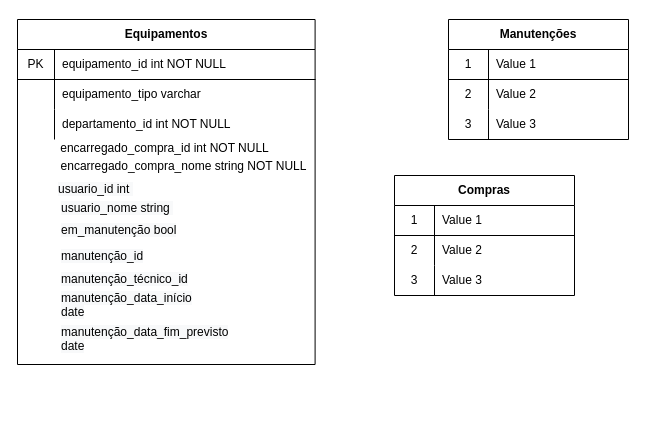
supersonicbru/VUE-IMC keeps this draw.io diagram as page "Page-2" (2 of 2) of Untitled Diagram.drawio. Above is the earlier version. Source tidied: cells renumbered, new cells numbered last; positions are measured from the earlier drawing's top-left corner, leaving out a move shared by most shapes. Both pictures are drawn from the tidied source at 100%, with x=0, y=0 at pixel (17, 19).
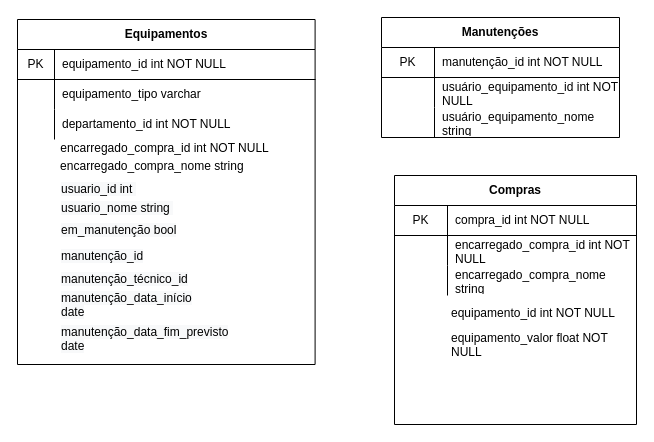
The same page after the edit.

The edit, as a diff of the source:
```diff
@@
     <mxCell id="12" value="Compras" style="shape=table;html=1;whiteSpace=wrap;startSize=30;childLayout=tableLayout;rowLines=0;fontStyle=1;align=center;" parent="1" vertex="1">
-      <mxGeometry x="377" y="156" width="180" height="120" as="geometry" />
+      <mxGeometry x="377" y="156" width="242" height="249" as="geometry" />
     </mxCell>
     <mxCell id="13" style="shape=partialRectangle;html=1;whiteSpace=wrap;fillColor=none;top=0;left=0;bottom=1;right=0;" parent="12" vertex="1">
-      <mxGeometry y="30" width="180" height="30" as="geometry" />
+      <mxGeometry y="30" width="242" height="30" as="geometry" />
     </mxCell>
-    <mxCell id="14" value="1" style="shape=partialRectangle;html=1;whiteSpace=wrap;fillColor=none;top=0;left=0;bottom=0;right=0;overflow=hidden;" parent="13" vertex="1">
-      <mxGeometry width="40" height="30" as="geometry" />
+    <mxCell id="14" value="PK" style="shape=partialRectangle;html=1;whiteSpace=wrap;fillColor=none;top=0;left=0;bottom=0;right=0;overflow=hidden;" parent="13" vertex="1">
+      <mxGeometry width="53" height="30" as="geometry" />
     </mxCell>
-    <mxCell id="15" value="Value 1" style="shape=partialRectangle;html=1;whiteSpace=wrap;fillColor=none;top=0;left=0;bottom=0;right=0;align=left;spacingLeft=6;overflow=hidden;" parent="13" vertex="1">
-      <mxGeometry x="40" width="140" height="30" as="geometry" />
+    <mxCell id="15" value="compra_id int NOT NULL" style="shape=partialRectangle;html=1;whiteSpace=wrap;fillColor=none;top=0;left=0;bottom=0;right=0;align=left;spacingLeft=6;overflow=hidden;" parent="13" vertex="1">
+      <mxGeometry x="53" width="189" height="30" as="geometry" />
     </mxCell>
     <mxCell id="16" style="shape=partialRectangle;html=1;whiteSpace=wrap;fillColor=none;top=0;left=0;bottom=0;right=0;" parent="12" vertex="1">
-      <mxGeometry y="60" width="180" height="30" as="geometry" />
+      <mxGeometry y="60" width="242" height="30" as="geometry" />
     </mxCell>
-    <mxCell id="17" value="2" style="shape=partialRectangle;html=1;whiteSpace=wrap;fillColor=none;top=0;left=0;bottom=0;right=0;overflow=hidden;" parent="16" vertex="1">
-      <mxGeometry width="40" height="30" as="geometry" />
+    <mxCell id="17" style="shape=partialRectangle;html=1;whiteSpace=wrap;fillColor=none;top=0;left=0;bottom=0;right=0;overflow=hidden;" parent="16" vertex="1">
+      <mxGeometry width="53" height="30" as="geometry" />
     </mxCell>
-    <mxCell id="18" value="Value 2" style="shape=partialRectangle;html=1;whiteSpace=wrap;fillColor=none;top=0;left=0;bottom=0;right=0;align=left;spacingLeft=6;overflow=hidden;" parent="16" vertex="1">
-      <mxGeometry x="40" width="140" height="30" as="geometry" />
+    <mxCell id="18" value="encarregado_compra_id int NOT NULL" style="shape=partialRectangle;html=1;whiteSpace=wrap;fillColor=none;top=0;left=0;bottom=0;right=0;align=left;spacingLeft=6;overflow=hidden;" parent="16" vertex="1">
+      <mxGeometry x="53" width="189" height="30" as="geometry" />
     </mxCell>
     <mxCell id="19" style="shape=partialRectangle;html=1;whiteSpace=wrap;fillColor=none;top=0;left=0;bottom=0;right=0;" parent="12" vertex="1">
-      <mxGeometry y="90" width="180" height="30" as="geometry" />
+      <mxGeometry y="90" width="242" height="30" as="geometry" />
     </mxCell>
-    <mxCell id="20" value="3" style="shape=partialRectangle;html=1;whiteSpace=wrap;fillColor=none;top=0;left=0;bottom=0;right=0;overflow=hidden;" parent="19" vertex="1">
-      <mxGeometry width="40" height="30" as="geometry" />
+    <mxCell id="20" style="shape=partialRectangle;html=1;whiteSpace=wrap;fillColor=none;top=0;left=0;bottom=0;right=0;overflow=hidden;" parent="19" vertex="1">
+      <mxGeometry width="53" height="30" as="geometry" />
     </mxCell>
-    <mxCell id="21" value="Value 3" style="shape=partialRectangle;html=1;whiteSpace=wrap;fillColor=none;top=0;left=0;bottom=0;right=0;align=left;spacingLeft=6;overflow=hidden;" parent="19" vertex="1">
-      <mxGeometry x="40" width="140" height="30" as="geometry" />
+    <mxCell id="21" value="encarregado_compra_nome string&amp;nbsp;" style="shape=partialRectangle;html=1;whiteSpace=wrap;fillColor=none;top=0;left=0;bottom=0;right=0;align=left;spacingLeft=6;overflow=hidden;" parent="19" vertex="1">
+      <mxGeometry x="53" width="189" height="30" as="geometry" />
     </mxCell>
     <mxCell id="22" value="Manutenções" style="shape=table;html=1;whiteSpace=wrap;startSize=30;childLayout=tableLayout;rowLines=0;fontStyle=1;align=center;" parent="1" vertex="1">
-      <mxGeometry x="431" width="180" height="120" as="geometry" />
+      <mxGeometry x="364" y="-2" width="238" height="120" as="geometry" />
     </mxCell>
     <mxCell id="23" style="shape=partialRectangle;html=1;whiteSpace=wrap;fillColor=none;top=0;left=0;bottom=1;right=0;" parent="22" vertex="1">
-      <mxGeometry y="30" width="180" height="30" as="geometry" />
+      <mxGeometry y="30" width="238" height="30" as="geometry" />
     </mxCell>
-    <mxCell id="24" value="1" style="shape=partialRectangle;html=1;whiteSpace=wrap;fillColor=none;top=0;left=0;bottom=0;right=0;overflow=hidden;" parent="23" vertex="1">
-      <mxGeometry width="40" height="30" as="geometry" />
+    <mxCell id="24" value="PK" style="shape=partialRectangle;html=1;whiteSpace=wrap;fillColor=none;top=0;left=0;bottom=0;right=0;overflow=hidden;" parent="23" vertex="1">
+      <mxGeometry width="53" height="30" as="geometry" />
     </mxCell>
-    <mxCell id="25" value="Value 1" style="shape=partialRectangle;html=1;whiteSpace=wrap;fillColor=none;top=0;left=0;bottom=0;right=0;align=left;spacingLeft=6;overflow=hidden;" parent="23" vertex="1">
-      <mxGeometry x="40" width="140" height="30" as="geometry" />
+    <mxCell id="25" value="manutenção_id int NOT NULL" style="shape=partialRectangle;html=1;whiteSpace=wrap;fillColor=none;top=0;left=0;bottom=0;right=0;align=left;spacingLeft=6;overflow=hidden;" parent="23" vertex="1">
+      <mxGeometry x="53" width="185" height="30" as="geometry" />
     </mxCell>
     <mxCell id="26" style="shape=partialRectangle;html=1;whiteSpace=wrap;fillColor=none;top=0;left=0;bottom=0;right=0;" parent="22" vertex="1">
-      <mxGeometry y="60" width="180" height="30" as="geometry" />
+      <mxGeometry y="60" width="238" height="30" as="geometry" />
     </mxCell>
-    <mxCell id="27" value="2" style="shape=partialRectangle;html=1;whiteSpace=wrap;fillColor=none;top=0;left=0;bottom=0;right=0;overflow=hidden;" parent="26" vertex="1">
-      <mxGeometry width="40" height="30" as="geometry" />
+    <mxCell id="27" style="shape=partialRectangle;html=1;whiteSpace=wrap;fillColor=none;top=0;left=0;bottom=0;right=0;overflow=hidden;" parent="26" vertex="1">
+      <mxGeometry width="53" height="30" as="geometry" />
     </mxCell>
-    <mxCell id="28" value="Value 2" style="shape=partialRectangle;html=1;whiteSpace=wrap;fillColor=none;top=0;left=0;bottom=0;right=0;align=left;spacingLeft=6;overflow=hidden;" parent="26" vertex="1">
-      <mxGeometry x="40" width="140" height="30" as="geometry" />
+    <mxCell id="28" value="usuário_equipamento_id int NOT NULL" style="shape=partialRectangle;html=1;whiteSpace=wrap;fillColor=none;top=0;left=0;bottom=0;right=0;align=left;spacingLeft=6;overflow=hidden;" parent="26" vertex="1">
+      <mxGeometry x="53" width="185" height="30" as="geometry" />
     </mxCell>
     <mxCell id="29" style="shape=partialRectangle;html=1;whiteSpace=wrap;fillColor=none;top=0;left=0;bottom=0;right=0;" parent="22" vertex="1">
-      <mxGeometry y="90" width="180" height="30" as="geometry" />
+      <mxGeometry y="90" width="238" height="30" as="geometry" />
     </mxCell>
-    <mxCell id="30" value="3" style="shape=partialRectangle;html=1;whiteSpace=wrap;fillColor=none;top=0;left=0;bottom=0;right=0;overflow=hidden;" parent="29" vertex="1">
-      <mxGeometry width="40" height="30" as="geometry" />
+    <mxCell id="30" style="shape=partialRectangle;html=1;whiteSpace=wrap;fillColor=none;top=0;left=0;bottom=0;right=0;overflow=hidden;" parent="29" vertex="1">
+      <mxGeometry width="53" height="30" as="geometry" />
     </mxCell>
-    <mxCell id="31" value="Value 3" style="shape=partialRectangle;html=1;whiteSpace=wrap;fillColor=none;top=0;left=0;bottom=0;right=0;align=left;spacingLeft=6;overflow=hidden;" parent="29" vertex="1">
-      <mxGeometry x="40" width="140" height="30" as="geometry" />
+    <mxCell id="31" value="usuário_equipamento_nome string" style="shape=partialRectangle;html=1;whiteSpace=wrap;fillColor=none;top=0;left=0;bottom=0;right=0;align=left;spacingLeft=6;overflow=hidden;" parent="29" vertex="1">
+      <mxGeometry x="53" width="185" height="30" as="geometry" />
     </mxCell>
     <mxCell id="32" value="&lt;span style=&quot;color: rgb(0 , 0 , 0) ; font-family: &amp;#34;helvetica&amp;#34; ; font-size: 12px ; font-style: normal ; font-weight: 400 ; letter-spacing: normal ; text-align: left ; text-indent: 0px ; text-transform: none ; word-spacing: 0px ; background-color: rgb(248 , 249 , 250) ; display: inline ; float: none&quot;&gt;usuario_id int&amp;nbsp;&lt;/span&gt;" style="text;whiteSpace=wrap;html=1;" parent="1" vertex="1">
-      <mxGeometry x="39" y="156" width="129" height="28" as="geometry" />
+      <mxGeometry x="42" y="156" width="129" height="28" as="geometry" />
     </mxCell>
@@
-    <mxCell id="40" value="encarregado_compra_nome string NOT NULL" style="text;html=1;align=center;verticalAlign=middle;strokeColor=none;" parent="1" vertex="1">
-      <mxGeometry x="38" y="138" width="256" height="18" as="geometry" />
+    <mxCell id="40" value="encarregado_compra_nome string&amp;nbsp;&lt;br&gt;" style="text;html=1;align=center;verticalAlign=middle;strokeColor=none;" parent="1" vertex="1">
+      <mxGeometry x="38" y="138" width="196" height="18" as="geometry" />
     </mxCell>
+    <mxCell id="41" value="equipamento_id int NOT NULL" style="shape=partialRectangle;html=1;whiteSpace=wrap;fillColor=none;top=0;left=0;bottom=0;right=0;align=left;spacingLeft=6;overflow=hidden;" parent="1" vertex="1">
+      <mxGeometry x="426" y="279" width="189" height="30" as="geometry" />
+    </mxCell>
+    <mxCell id="42" value="equipamento_valor float NOT NULL" style="shape=partialRectangle;html=1;whiteSpace=wrap;fillColor=none;top=0;left=0;bottom=0;right=0;align=left;spacingLeft=6;overflow=hidden;" parent="1" vertex="1">
+      <mxGeometry x="426" y="309" width="189" height="30" as="geometry" />
+    </mxCell>
```
